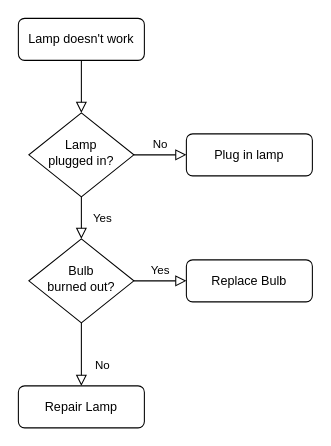
This is bmxparksorg-flowchart.drawio from forrestmorrison/bmxparksorg, a draw.io file, before an edit. Source tidied: cells renumbered, new cells numbered last; positions are measured from the earlier drawing's top-left corner, leaving out a move shared by most shapes. Both pictures are drawn from the tidied source at 105%, with x=0, y=0 at pixel (18, 18).
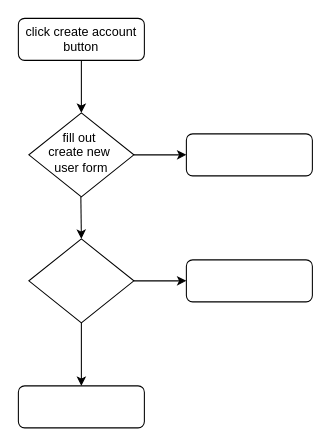
The same diagram, later.

Commit message:
initiate flowchart

Diff of the diagram source:
```diff
@@
 <mxGraphModel>
   <root>
     <mxCell id="0" />
     <mxCell id="1" parent="0" />
-    <mxCell id="2" style="rounded=0;html=1;jettySize=auto;fontSize=11;endArrow=block;endFill=0;endSize=8;strokeWidth=1;shadow=0;labelBackgroundColor=none;edgeStyle=orthogonalEdgeStyle;" parent="1" edge="1" source="3" target="6">
-      <mxGeometry relative="1" as="geometry" />
-    </mxCell>
-    <mxCell id="3" value="Lamp doesn't work" style="rounded=1;whiteSpace=wrap;html=1;fontSize=12;glass=0;strokeWidth=1;shadow=0;" parent="1" vertex="1">
+    <mxCell id="3" value="click create account&lt;br&gt;button" style="rounded=1;whiteSpace=wrap;html=1;fontSize=12;glass=0;strokeWidth=1;shadow=0;" parent="1" vertex="1">
       <mxGeometry width="120" height="40" as="geometry" />
     </mxCell>
-    <mxCell id="4" value="Yes" style="rounded=0;html=1;jettySize=auto;fontSize=11;endArrow=block;endFill=0;endSize=8;strokeWidth=1;shadow=0;labelBackgroundColor=none;edgeStyle=orthogonalEdgeStyle;" parent="1" edge="1" source="6" target="10">
-      <mxGeometry y="20" relative="1" as="geometry" />
-    </mxCell>
-    <mxCell id="5" value="No" style="edgeStyle=orthogonalEdgeStyle;rounded=0;html=1;jettySize=auto;fontSize=11;endArrow=block;endFill=0;endSize=8;strokeWidth=1;shadow=0;labelBackgroundColor=none;" parent="1" edge="1" source="6" target="7">
-      <mxGeometry y="10" relative="1" as="geometry" />
-    </mxCell>
-    <mxCell id="6" value="Lamp&lt;br&gt;plugged in?" style="rhombus;whiteSpace=wrap;html=1;shadow=0;fontFamily=Helvetica;fontSize=12;align=center;strokeWidth=1;spacing=6;spacingTop=-4;" parent="1" vertex="1">
+    <mxCell id="6" value="fill out&amp;nbsp;&lt;br&gt;create new&amp;nbsp;&lt;br&gt;user form" style="rhombus;whiteSpace=wrap;html=1;shadow=0;fontFamily=Helvetica;fontSize=12;align=center;strokeWidth=1;spacing=6;spacingTop=-4;" parent="1" vertex="1">
       <mxGeometry x="10" y="90" width="100" height="80" as="geometry" />
     </mxCell>
-    <mxCell id="7" value="Plug in lamp" style="rounded=1;whiteSpace=wrap;html=1;fontSize=12;glass=0;strokeWidth=1;shadow=0;" parent="1" vertex="1">
+    <mxCell id="7" style="rounded=1;whiteSpace=wrap;html=1;fontSize=12;glass=0;strokeWidth=1;shadow=0;" parent="1" vertex="1">
       <mxGeometry x="160" y="110" width="120" height="40" as="geometry" />
     </mxCell>
-    <mxCell id="8" value="No" style="rounded=0;html=1;jettySize=auto;fontSize=11;endArrow=block;endFill=0;endSize=8;strokeWidth=1;shadow=0;labelBackgroundColor=none;edgeStyle=orthogonalEdgeStyle;" parent="1" edge="1" source="10" target="11">
-      <mxGeometry x="0.33" y="20" relative="1" as="geometry" />
-    </mxCell>
-    <mxCell id="9" value="Yes" style="edgeStyle=orthogonalEdgeStyle;rounded=0;html=1;jettySize=auto;fontSize=11;endArrow=block;endFill=0;endSize=8;strokeWidth=1;shadow=0;labelBackgroundColor=none;" parent="1" edge="1" source="10" target="12">
-      <mxGeometry y="10" relative="1" as="geometry" />
-    </mxCell>
-    <mxCell id="10" value="Bulb&lt;br&gt;burned out?" style="rhombus;whiteSpace=wrap;html=1;shadow=0;fontFamily=Helvetica;fontSize=12;align=center;strokeWidth=1;spacing=6;spacingTop=-4;" parent="1" vertex="1">
+    <mxCell id="10" style="rhombus;whiteSpace=wrap;html=1;shadow=0;fontFamily=Helvetica;fontSize=12;align=center;strokeWidth=1;spacing=6;spacingTop=-4;" parent="1" vertex="1">
       <mxGeometry x="10" y="210" width="100" height="80" as="geometry" />
     </mxCell>
-    <mxCell id="11" value="Repair Lamp" style="rounded=1;whiteSpace=wrap;html=1;fontSize=12;glass=0;strokeWidth=1;shadow=0;" parent="1" vertex="1">
+    <mxCell id="11" style="rounded=1;whiteSpace=wrap;html=1;fontSize=12;glass=0;strokeWidth=1;shadow=0;" parent="1" vertex="1">
       <mxGeometry y="350" width="120" height="40" as="geometry" />
     </mxCell>
-    <mxCell id="12" value="Replace Bulb" style="rounded=1;whiteSpace=wrap;html=1;fontSize=12;glass=0;strokeWidth=1;shadow=0;" parent="1" vertex="1">
+    <mxCell id="12" style="rounded=1;whiteSpace=wrap;html=1;fontSize=12;glass=0;strokeWidth=1;shadow=0;" parent="1" vertex="1">
       <mxGeometry x="160" y="230" width="120" height="40" as="geometry" />
     </mxCell>
+    <mxCell id="13" style="endArrow=classic;html=1;rounded=0;" parent="1" edge="1">
+      <mxGeometry relative="1" as="geometry">
+        <mxPoint x="59.5" y="170" as="sourcePoint" />
+        <mxPoint x="60" y="210" as="targetPoint" />
+      </mxGeometry>
+    </mxCell>
+    <mxCell id="2" style="endArrow=classic;html=1;rounded=0;exitX=0.5;exitY=1;exitDx=0;exitDy=0;entryX=0.5;entryY=0;entryDx=0;entryDy=0;" parent="1" edge="1" source="3" target="6">
+      <mxGeometry relative="1" as="geometry" />
+    </mxCell>
+    <mxCell id="8" style="endArrow=classic;html=1;rounded=0;exitX=0.5;exitY=1;exitDx=0;exitDy=0;entryX=0.5;entryY=0;entryDx=0;entryDy=0;" parent="1" edge="1" source="10" target="11">
+      <mxGeometry relative="1" as="geometry" />
+    </mxCell>
+    <mxCell id="9" style="endArrow=classic;html=1;rounded=0;exitX=1;exitY=0.5;exitDx=0;exitDy=0;entryX=0;entryY=0.5;entryDx=0;entryDy=0;" parent="1" edge="1" source="10" target="12">
+      <mxGeometry relative="1" as="geometry" />
+    </mxCell>
+    <mxCell id="14" style="endArrow=classic;html=1;rounded=0;exitX=1;exitY=0.5;exitDx=0;exitDy=0;" parent="1" edge="1" source="6">
+      <mxGeometry relative="1" as="geometry">
+        <mxPoint x="160" y="130" as="targetPoint" />
+      </mxGeometry>
+    </mxCell>
   </root>
 </mxGraphModel>
```
